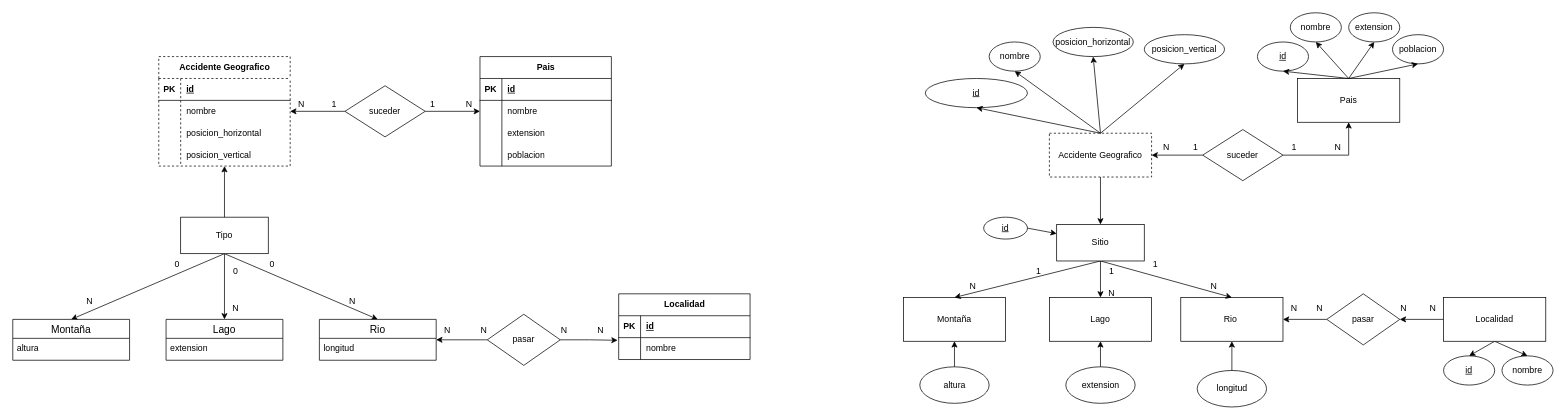
The draw.io diagram ej11.drawio in adriii28/amr-tsys-C3U12-11102023, before the edit. Source tidied: cells renumbered, new cells numbered last; positions are measured from the earlier drawing's top-left corner, leaving out a move shared by most shapes. Both pictures are drawn from the tidied source at 73%, with x=0, y=0 at pixel (12, 12).
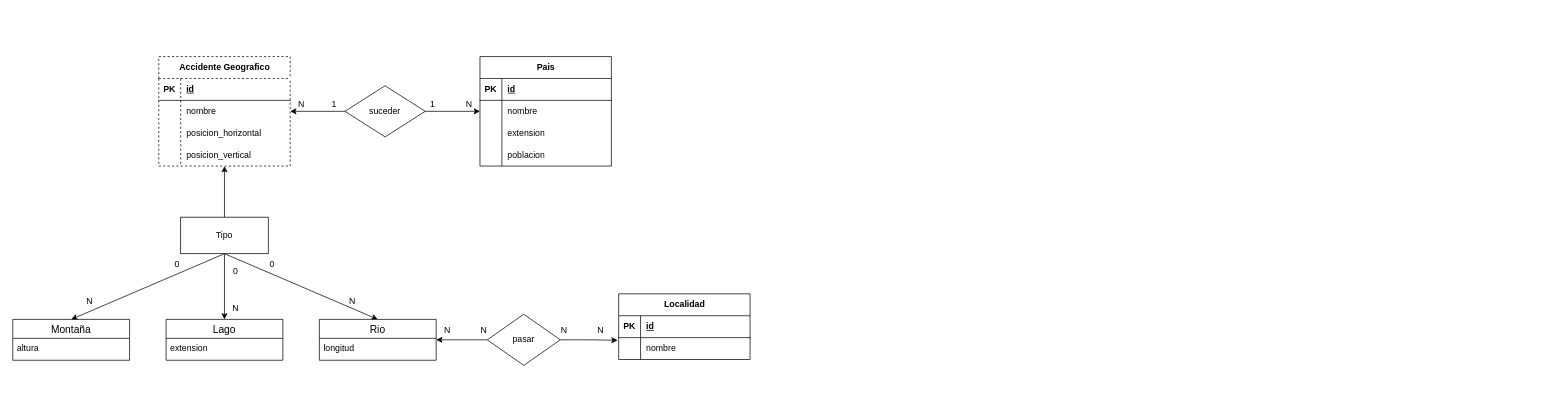
The same diagram, later.

Diff of the diagram source:
```diff
@@
-    <mxCell id="2" style="edgeStyle=orthogonalEdgeStyle;rounded=0;jettySize=auto;html=1;exitX=0.5;exitY=1;exitDx=0;exitDy=0;entryX=0.5;entryY=0;entryDx=0;entryDy=0;" parent="1" edge="1" source="3" target="52">
-      <mxGeometry relative="1" as="geometry" />
-    </mxCell>
-    <mxCell id="3" value="Accidente Geografico" style="rounded=0;whiteSpace=wrap;html=1;dashed=1;" parent="1" vertex="1">
-      <mxGeometry x="1420" y="165" width="140" height="60" as="geometry" />
-    </mxCell>
-    <mxCell id="4" value="Rio&amp;nbsp;" style="rounded=0;whiteSpace=wrap;html=1;" parent="1" vertex="1">
-      <mxGeometry x="1600" y="390" width="140" height="60" as="geometry" />
-    </mxCell>
-    <mxCell id="5" value="Montaña" style="rounded=0;whiteSpace=wrap;html=1;" parent="1" vertex="1">
-      <mxGeometry x="1220" y="390" width="140" height="60" as="geometry" />
-    </mxCell>
-    <mxCell id="6" value="Lago" style="rounded=0;whiteSpace=wrap;html=1;" parent="1" vertex="1">
-      <mxGeometry x="1420" y="390" width="140" height="60" as="geometry" />
-    </mxCell>
-    <mxCell id="7" value="Pais" style="rounded=0;whiteSpace=wrap;html=1;" parent="1" vertex="1">
-      <mxGeometry x="1760" y="90" width="140" height="60" as="geometry" />
-    </mxCell>
-    <mxCell id="8" style="edgeStyle=none;rounded=0;jettySize=auto;html=1;entryX=0.5;entryY=0;entryDx=0;entryDy=0;exitX=0.5;exitY=1;exitDx=0;exitDy=0;" parent="1" edge="1" source="11" target="13">
-      <mxGeometry relative="1" as="geometry" />
-    </mxCell>
-    <mxCell id="9" style="edgeStyle=none;rounded=0;jettySize=auto;html=1;entryX=0.5;entryY=0;entryDx=0;entryDy=0;exitX=0.5;exitY=1;exitDx=0;exitDy=0;" parent="1" edge="1" source="11" target="24">
-      <mxGeometry relative="1" as="geometry" />
-    </mxCell>
-    <mxCell id="10" style="edgeStyle=orthogonalEdgeStyle;rounded=0;jettySize=auto;html=1;exitX=0;exitY=0.5;exitDx=0;exitDy=0;entryX=1;entryY=0.5;entryDx=0;entryDy=0;" parent="1" edge="1" source="11" target="54">
-      <mxGeometry relative="1" as="geometry" />
-    </mxCell>
-    <mxCell id="11" value="Localidad" style="rounded=0;whiteSpace=wrap;html=1;" parent="1" vertex="1">
-      <mxGeometry x="1960" y="390" width="140" height="60" as="geometry" />
-    </mxCell>
-    <mxCell id="12" value="id" style="ellipse;whiteSpace=wrap;html=1;fontStyle=4;" parent="1" vertex="1">
-      <mxGeometry x="1250" y="90" width="140" height="40" as="geometry" />
-    </mxCell>
-    <mxCell id="13" value="id" style="ellipse;whiteSpace=wrap;html=1;fontStyle=4;" parent="1" vertex="1">
-      <mxGeometry x="1960" y="470" width="70" height="40" as="geometry" />
-    </mxCell>
-    <mxCell id="14" value="longitud" style="ellipse;whiteSpace=wrap;html=1;" parent="1" vertex="1">
-      <mxGeometry x="1622.5" y="490" width="95" height="50" as="geometry" />
-    </mxCell>
-    <mxCell id="15" value="id" style="ellipse;whiteSpace=wrap;html=1;fontStyle=4;" parent="1" vertex="1">
-      <mxGeometry x="1705" y="40" width="70" height="40" as="geometry" />
-    </mxCell>
-    <mxCell id="16" value="altura" style="ellipse;whiteSpace=wrap;html=1;" parent="1" vertex="1">
-      <mxGeometry x="1242.5" y="485" width="95" height="50" as="geometry" />
-    </mxCell>
-    <mxCell id="17" value="&lt;div&gt;nombre&lt;/div&gt;" style="ellipse;whiteSpace=wrap;html=1;fontStyle=0;" parent="1" vertex="1">
-      <mxGeometry x="1337.5" y="40" width="70" height="40" as="geometry" />
-    </mxCell>
-    <mxCell id="18" value="posicion_horizontal" style="ellipse;whiteSpace=wrap;html=1;fontStyle=0;" parent="1" vertex="1">
-      <mxGeometry x="1425" y="20" width="110" height="40" as="geometry" />
-    </mxCell>
-    <mxCell id="19" value="extension" style="ellipse;whiteSpace=wrap;html=1;" parent="1" vertex="1">
-      <mxGeometry x="1442.5" y="485" width="95" height="50" as="geometry" />
-    </mxCell>
-    <mxCell id="20" value="posicion_vertical" style="ellipse;whiteSpace=wrap;html=1;fontStyle=0;" parent="1" vertex="1">
-      <mxGeometry x="1550" y="30" width="110" height="40" as="geometry" />
-    </mxCell>
-    <mxCell id="21" value="nombre" style="ellipse;whiteSpace=wrap;html=1;fontStyle=0;" parent="1" vertex="1">
-      <mxGeometry x="1750" width="70" height="40" as="geometry" />
-    </mxCell>
-    <mxCell id="22" value="extension" style="ellipse;whiteSpace=wrap;html=1;fontStyle=0;" parent="1" vertex="1">
-      <mxGeometry x="1830" width="70" height="40" as="geometry" />
-    </mxCell>
-    <mxCell id="23" value="&lt;div&gt;poblacion&lt;/div&gt;" style="ellipse;whiteSpace=wrap;html=1;fontStyle=0;" parent="1" vertex="1">
-      <mxGeometry x="1890" y="30" width="70" height="40" as="geometry" />
-    </mxCell>
-    <mxCell id="24" value="nombre" style="ellipse;whiteSpace=wrap;html=1;fontStyle=0;" parent="1" vertex="1">
-      <mxGeometry x="2040" y="470" width="70" height="40" as="geometry" />
-    </mxCell>
-    <mxCell id="25" value="suceder" style="rhombus;whiteSpace=wrap;html=1;" parent="1" vertex="1">
-      <mxGeometry x="1630" y="160" width="110" height="70" as="geometry" />
-    </mxCell>
-    <mxCell id="26" style="edgeStyle=orthogonalEdgeStyle;rounded=0;jettySize=auto;html=1;entryX=1;entryY=0.5;entryDx=0;entryDy=0;" parent="1" edge="1" source="25" target="3">
-      <mxGeometry relative="1" as="geometry" />
-    </mxCell>
-    <mxCell id="27" style="edgeStyle=orthogonalEdgeStyle;rounded=0;jettySize=auto;html=1;entryX=0.5;entryY=1;entryDx=0;entryDy=0;" parent="1" edge="1" source="25" target="7">
-      <mxGeometry relative="1" as="geometry" />
-    </mxCell>
-    <mxCell id="28" value="&lt;div&gt;N&lt;/div&gt;" style="text;html=1;align=center;verticalAlign=middle;strokeColor=none;fillColor=none;" parent="1" vertex="1">
-      <mxGeometry x="1800" y="170" width="30" height="30" as="geometry" />
-    </mxCell>
-    <mxCell id="29" style="rounded=0;jettySize=auto;html=1;entryX=0.5;entryY=1;entryDx=0;entryDy=0;exitX=0.5;exitY=0;exitDx=0;exitDy=0;" parent="1" edge="1" source="14" target="4">
-      <mxGeometry relative="1" as="geometry" />
-    </mxCell>
-    <mxCell id="30" value="N" style="text;html=1;align=center;verticalAlign=middle;strokeColor=none;fillColor=none;" parent="1" vertex="1">
-      <mxGeometry x="1565" y="170" width="30" height="30" as="geometry" />
-    </mxCell>
-    <mxCell id="31" style="rounded=0;jettySize=auto;html=1;entryX=0.5;entryY=1;entryDx=0;entryDy=0;exitX=0.5;exitY=0;exitDx=0;exitDy=0;" parent="1" edge="1" source="16" target="5">
-      <mxGeometry relative="1" as="geometry" />
-    </mxCell>
-    <mxCell id="32" style="rounded=0;jettySize=auto;html=1;entryX=0.5;entryY=1;entryDx=0;entryDy=0;exitX=0.5;exitY=0;exitDx=0;exitDy=0;" parent="1" edge="1" source="19" target="6">
-      <mxGeometry relative="1" as="geometry" />
-    </mxCell>
-    <mxCell id="33" style="edgeStyle=none;rounded=0;jettySize=auto;html=1;entryX=0.5;entryY=1;entryDx=0;entryDy=0;exitX=0.5;exitY=0;exitDx=0;exitDy=0;" parent="1" edge="1" source="7" target="15">
-      <mxGeometry relative="1" as="geometry" />
-    </mxCell>
-    <mxCell id="34" style="edgeStyle=none;rounded=0;jettySize=auto;html=1;entryX=0.5;entryY=1;entryDx=0;entryDy=0;exitX=0.5;exitY=0;exitDx=0;exitDy=0;" parent="1" edge="1" source="7" target="21">
-      <mxGeometry relative="1" as="geometry" />
-    </mxCell>
-    <mxCell id="35" style="edgeStyle=none;rounded=0;jettySize=auto;html=1;entryX=0.5;entryY=1;entryDx=0;entryDy=0;exitX=0.5;exitY=0;exitDx=0;exitDy=0;" parent="1" edge="1" source="7" target="22">
-      <mxGeometry relative="1" as="geometry" />
-    </mxCell>
-    <mxCell id="36" style="edgeStyle=none;rounded=0;jettySize=auto;html=1;entryX=0.5;entryY=1;entryDx=0;entryDy=0;exitX=0.5;exitY=0;exitDx=0;exitDy=0;" parent="1" edge="1" source="7" target="23">
-      <mxGeometry relative="1" as="geometry" />
-    </mxCell>
-    <mxCell id="37" style="edgeStyle=none;rounded=0;jettySize=auto;html=1;entryX=0.5;entryY=1;entryDx=0;entryDy=0;exitX=0.5;exitY=0;exitDx=0;exitDy=0;" parent="1" edge="1" source="3" target="12">
-      <mxGeometry relative="1" as="geometry" />
-    </mxCell>
-    <mxCell id="38" style="edgeStyle=none;rounded=0;jettySize=auto;html=1;entryX=0.5;entryY=1;entryDx=0;entryDy=0;exitX=0.5;exitY=0;exitDx=0;exitDy=0;" parent="1" edge="1" source="3" target="17">
-      <mxGeometry relative="1" as="geometry" />
-    </mxCell>
-    <mxCell id="39" style="edgeStyle=none;rounded=0;jettySize=auto;html=1;entryX=0.5;entryY=1;entryDx=0;entryDy=0;exitX=0.5;exitY=0;exitDx=0;exitDy=0;" parent="1" edge="1" source="3" target="18">
-      <mxGeometry relative="1" as="geometry" />
-    </mxCell>
-    <mxCell id="40" style="edgeStyle=none;rounded=0;jettySize=auto;html=1;entryX=0.5;entryY=1;entryDx=0;entryDy=0;exitX=0.5;exitY=0;exitDx=0;exitDy=0;" parent="1" edge="1" source="3" target="20">
-      <mxGeometry relative="1" as="geometry" />
-    </mxCell>
-    <mxCell id="41" style="edgeStyle=none;rounded=0;jettySize=auto;html=1;entryX=0.5;entryY=0;entryDx=0;entryDy=0;exitX=0.5;exitY=1;exitDx=0;exitDy=0;" parent="1" edge="1" source="52" target="6">
-      <mxGeometry relative="1" as="geometry" />
-    </mxCell>
-    <mxCell id="42" value="N" style="text;html=1;align=center;verticalAlign=middle;strokeColor=none;fillColor=none;" parent="1" vertex="1">
-      <mxGeometry x="1300" y="360" width="30" height="30" as="geometry" />
-    </mxCell>
-    <mxCell id="43" value="N" style="text;html=1;align=center;verticalAlign=middle;strokeColor=none;fillColor=none;" parent="1" vertex="1">
-      <mxGeometry x="1490" y="370" width="30" height="30" as="geometry" />
-    </mxCell>
-    <mxCell id="44" value="N" style="text;html=1;align=center;verticalAlign=middle;strokeColor=none;fillColor=none;" parent="1" vertex="1">
-      <mxGeometry x="1630" y="360" width="30" height="30" as="geometry" />
-    </mxCell>
-    <mxCell id="45" value="1" style="text;html=1;align=center;verticalAlign=middle;strokeColor=none;fillColor=none;" parent="1" vertex="1">
-      <mxGeometry x="1740" y="170" width="30" height="30" as="geometry" />
-    </mxCell>
-    <mxCell id="46" value="1" style="text;html=1;align=center;verticalAlign=middle;strokeColor=none;fillColor=none;" parent="1" vertex="1">
-      <mxGeometry x="1605" y="170" width="30" height="30" as="geometry" />
-    </mxCell>
-    <mxCell id="47" value="1" style="text;html=1;align=center;verticalAlign=middle;strokeColor=none;fillColor=none;" parent="1" vertex="1">
-      <mxGeometry x="1390" y="340" width="30" height="30" as="geometry" />
-    </mxCell>
-    <mxCell id="48" value="1" style="text;html=1;align=center;verticalAlign=middle;strokeColor=none;fillColor=none;" parent="1" vertex="1">
-      <mxGeometry x="1490" y="340" width="30" height="30" as="geometry" />
-    </mxCell>
-    <mxCell id="49" value="1" style="text;html=1;align=center;verticalAlign=middle;strokeColor=none;fillColor=none;" parent="1" vertex="1">
-      <mxGeometry x="1550" y="330" width="30" height="30" as="geometry" />
-    </mxCell>
-    <mxCell id="50" style="rounded=0;jettySize=auto;html=1;exitX=0.5;exitY=1;exitDx=0;exitDy=0;entryX=0.5;entryY=0;entryDx=0;entryDy=0;" parent="1" edge="1" source="52" target="4">
-      <mxGeometry relative="1" as="geometry" />
-    </mxCell>
-    <mxCell id="51" style="rounded=0;jettySize=auto;html=1;entryX=0.5;entryY=0;entryDx=0;entryDy=0;exitX=0.5;exitY=1;exitDx=0;exitDy=0;" parent="1" edge="1" source="52" target="5">
-      <mxGeometry relative="1" as="geometry" />
-    </mxCell>
-    <mxCell id="52" value="Sitio" style="rounded=0;whiteSpace=wrap;html=1;" parent="1" vertex="1">
-      <mxGeometry x="1430" y="290" width="120" height="50" as="geometry" />
-    </mxCell>
-    <mxCell id="53" style="edgeStyle=orthogonalEdgeStyle;rounded=0;jettySize=auto;html=1;" parent="1" edge="1" source="54" target="4">
-      <mxGeometry relative="1" as="geometry" />
-    </mxCell>
-    <mxCell id="54" value="pasar" style="rhombus;whiteSpace=wrap;html=1;" parent="1" vertex="1">
-      <mxGeometry x="1800" y="385" width="100" height="70" as="geometry" />
-    </mxCell>
-    <mxCell id="55" value="&lt;div&gt;N&lt;/div&gt;" style="text;html=1;align=center;verticalAlign=middle;strokeColor=none;fillColor=none;" parent="1" vertex="1">
-      <mxGeometry x="1740" y="390" width="30" height="30" as="geometry" />
-    </mxCell>
-    <mxCell id="56" value="&lt;div&gt;N&lt;/div&gt;" style="text;html=1;align=center;verticalAlign=middle;strokeColor=none;fillColor=none;" parent="1" vertex="1">
-      <mxGeometry x="1775" y="390" width="30" height="30" as="geometry" />
-    </mxCell>
-    <mxCell id="57" value="&lt;div&gt;N&lt;/div&gt;" style="text;html=1;align=center;verticalAlign=middle;strokeColor=none;fillColor=none;" parent="1" vertex="1">
-      <mxGeometry x="1930" y="390" width="30" height="30" as="geometry" />
-    </mxCell>
-    <mxCell id="58" value="&lt;div&gt;N&lt;/div&gt;" style="text;html=1;align=center;verticalAlign=middle;strokeColor=none;fillColor=none;" parent="1" vertex="1">
-      <mxGeometry x="1890" y="390" width="30" height="30" as="geometry" />
-    </mxCell>
@@
-    <mxCell id="123" style="rounded=0;jettySize=auto;html=1;exitX=1;exitY=0.5;exitDx=0;exitDy=0;entryX=0;entryY=0.25;entryDx=0;entryDy=0;" parent="1" edge="1" source="124" target="52">
-      <mxGeometry relative="1" as="geometry" />
-    </mxCell>
-    <mxCell id="124" value="id" style="ellipse;whiteSpace=wrap;html=1;fontStyle=4;" parent="1" vertex="1">
-      <mxGeometry x="1330" y="280" width="60" height="30" as="geometry" />
-    </mxCell>
```
